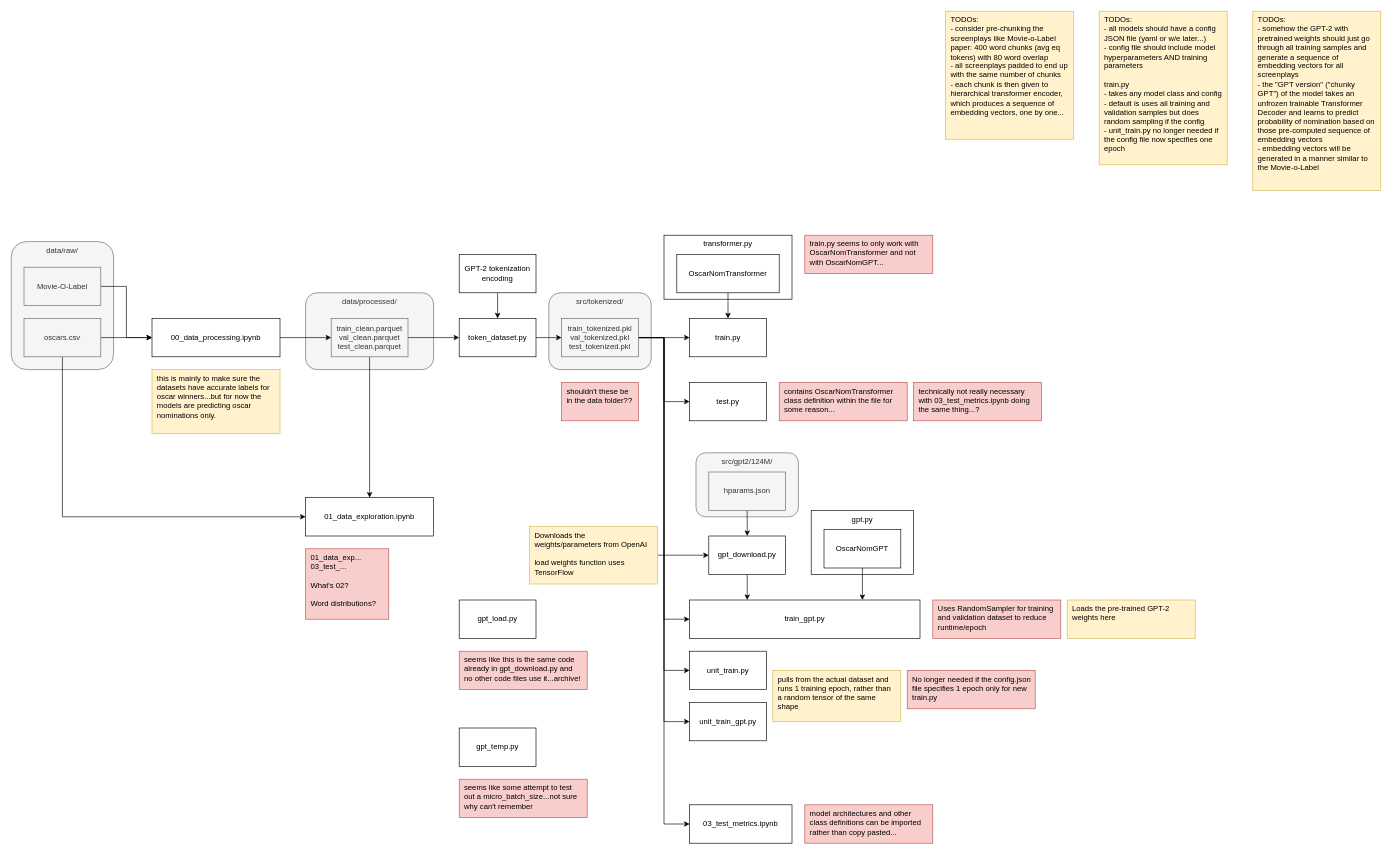
Before: docs/pipeline.drawio in holistudio/oscar_nom_win, a draw.io diagram. Source tidied: cells renumbered, new cells numbered last; positions are measured from the earlier drawing's top-left corner, leaving out a move shared by most shapes. Both pictures are drawn from the tidied source at 64%, with x=0, y=0 at pixel (11, 11).
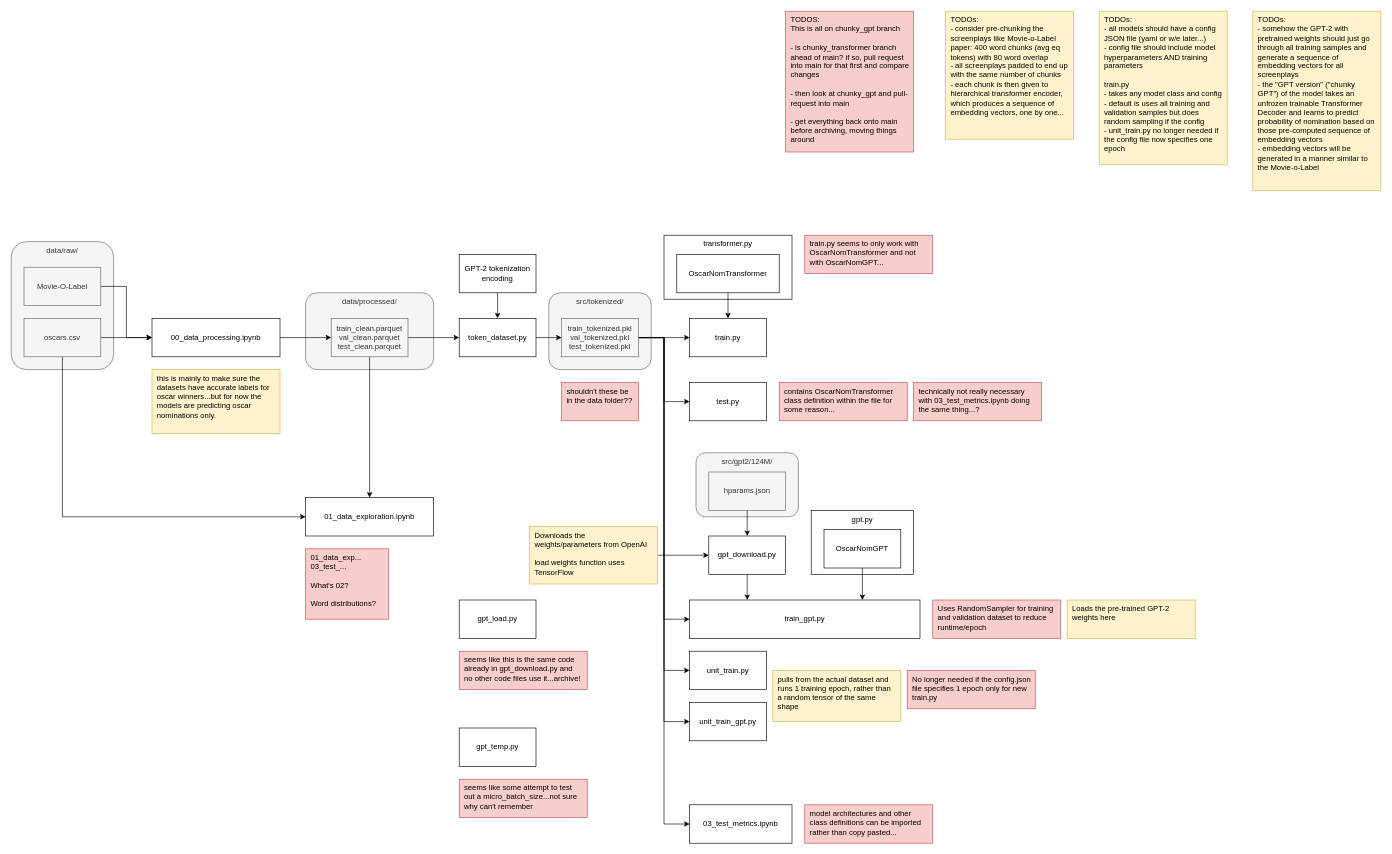
After the change.

Diff of the diagram source:
```diff
@@
+    <mxCell id="64" value="TODOS:&lt;div&gt;This is all on chunky_gpt branch&lt;/div&gt;&lt;div&gt;&lt;br&gt;&lt;/div&gt;&lt;div&gt;- is chunky_transformer branch ahead of main? if so, pull request into main for that first and compare changes&lt;/div&gt;&lt;div&gt;&lt;br&gt;&lt;/div&gt;&lt;div&gt;- then look at chunky_gpt and pull-request into main&lt;/div&gt;&lt;div&gt;&lt;br&gt;&lt;/div&gt;&lt;div&gt;- get everything back onto main before archiving, moving things around&lt;/div&gt;" style="rounded=0;whiteSpace=wrap;html=1;fillColor=#f8cecc;strokeColor=#b85450;verticalAlign=top;align=left;spacingLeft=6;spacingRight=6;" parent="1" vertex="1">
+      <mxGeometry x="1210" width="200" height="220" as="geometry" />
+    </mxCell>
```
